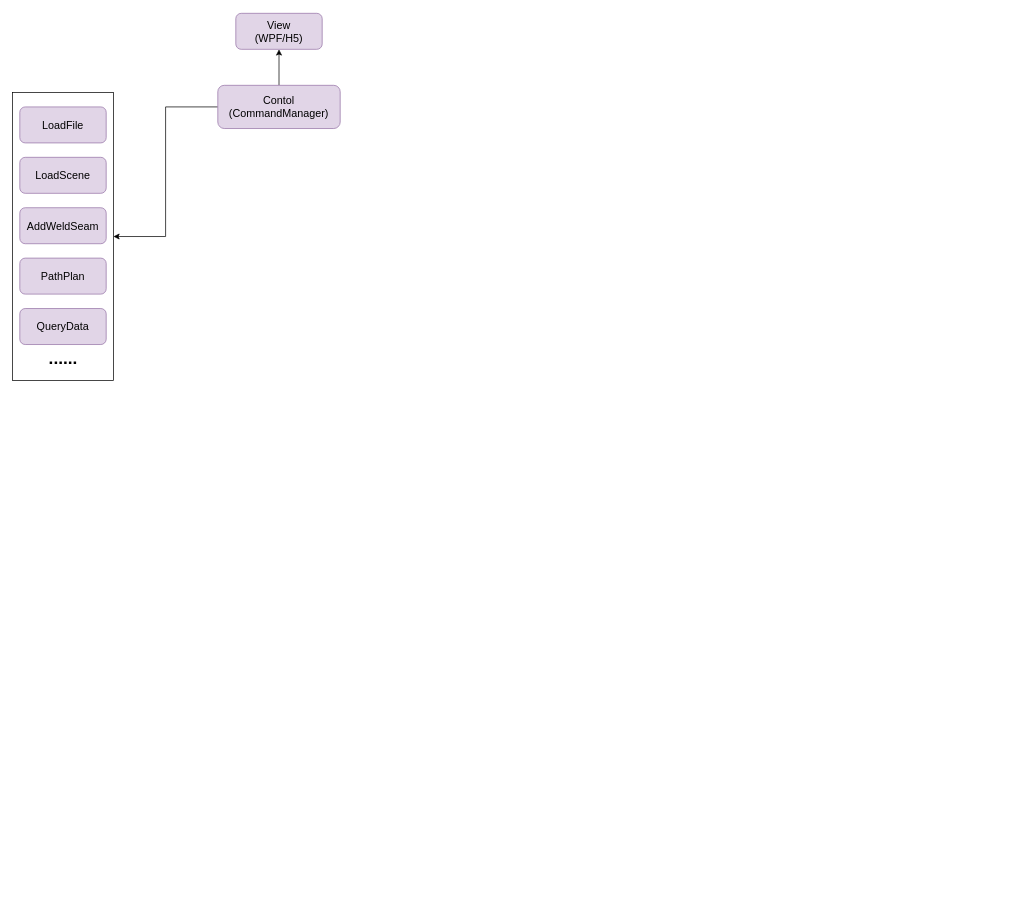
Above: 未命名绘图.drawio in TsinHC/ebook (draw.io), before the change. Source tidied: cells renumbered, new cells numbered last; positions are measured from the earlier drawing's top-left corner, leaving out a move shared by most shapes. Both pictures are drawn from the tidied source at 72%, with x=0, y=0 at pixel (12, 13).
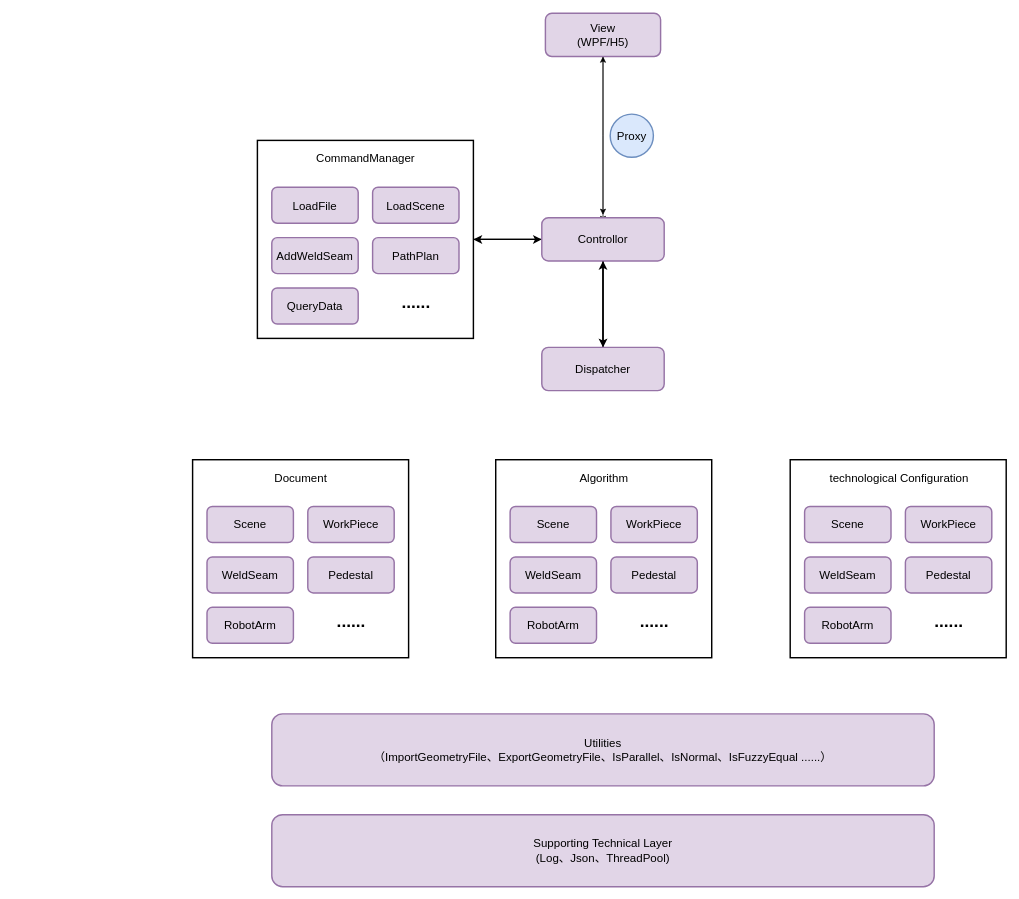
After the change.

Commit message:
更新未命名绘图.drawio

Diff of the diagram source:
```diff
@@
+    <mxCell id="13" style="edgeStyle=orthogonalEdgeStyle;rounded=0;jettySize=auto;html=1;entryX=0;entryY=0.5;entryDx=0;entryDy=0;strokeWidth=2;" parent="1" edge="1" source="11" target="5">
+      <mxGeometry relative="1" as="geometry" />
+    </mxCell>
+    <mxCell id="11" style="rounded=0;whiteSpace=wrap;html=1;fillColor=none;strokeWidth=2;" parent="1" vertex="1">
+      <mxGeometry x="340" y="176.5" width="300" height="275" as="geometry" />
+    </mxCell>
+    <mxCell id="14" style="edgeStyle=orthogonalEdgeStyle;rounded=0;jettySize=auto;html=1;" parent="1" edge="1" source="2">
+      <mxGeometry relative="1" as="geometry">
+        <mxPoint x="820" y="280" as="targetPoint" />
+      </mxGeometry>
+    </mxCell>
-    <mxCell id="2" value="&lt;font style=&quot;font-size: 15px;&quot;&gt;View&lt;br&gt;(WPF/H5)&lt;/font&gt;" style="rounded=1;whiteSpace=wrap;html=1;fillColor=#e1d5e7;strokeColor=#9673a6;" parent="1" vertex="1">
-      <mxGeometry x="310" width="120" height="50" as="geometry" />
+    <mxCell id="2" value="&lt;font style=&quot;font-size: 16px;&quot;&gt;View&lt;br&gt;(WPF/H5)&lt;/font&gt;" style="rounded=1;whiteSpace=wrap;html=1;fillColor=#e1d5e7;strokeColor=#9673a6;strokeWidth=2;" parent="1" vertex="1">
+      <mxGeometry x="740" width="160" height="60" as="geometry" />
     </mxCell>
+    <mxCell id="4" style="edgeStyle=orthogonalEdgeStyle;rounded=0;jettySize=auto;html=1;exitX=0;exitY=0.5;exitDx=0;exitDy=0;entryX=1;entryY=0.5;entryDx=0;entryDy=0;strokeWidth=2;" parent="1" edge="1" source="5" target="11">
+      <mxGeometry relative="1" as="geometry" />
+    </mxCell>
+    <mxCell id="15" style="edgeStyle=orthogonalEdgeStyle;rounded=0;jettySize=auto;html=1;entryX=0.5;entryY=0;entryDx=0;entryDy=0;strokeWidth=2;" parent="1" edge="1" source="5" target="18">
+      <mxGeometry relative="1" as="geometry" />
+    </mxCell>
+    <mxCell id="16" style="edgeStyle=orthogonalEdgeStyle;rounded=0;jettySize=auto;html=1;exitX=0.5;exitY=0;exitDx=0;exitDy=0;" parent="1" edge="1" source="5">
+      <mxGeometry relative="1" as="geometry">
+        <mxPoint x="820" y="290" as="targetPoint" />
+      </mxGeometry>
+    </mxCell>
-    <mxCell id="3" style="edgeStyle=orthogonalEdgeStyle;rounded=0;jettySize=auto;html=1;" parent="1" edge="1" source="5" target="2">
+    <mxCell id="3" style="edgeStyle=orthogonalEdgeStyle;rounded=0;jettySize=auto;html=1;entryX=0.5;entryY=1;entryDx=0;entryDy=0;" parent="1" edge="1" source="5" target="2">
       <mxGeometry relative="1" as="geometry" />
     </mxCell>
-    <mxCell id="4" style="edgeStyle=orthogonalEdgeStyle;rounded=0;jettySize=auto;html=1;exitX=0;exitY=0.5;exitDx=0;exitDy=0;entryX=1;entryY=0.5;entryDx=0;entryDy=0;" parent="1" edge="1" source="5" target="11">
-      <mxGeometry relative="1" as="geometry" />
-    </mxCell>
-    <mxCell id="5" value="&lt;font style=&quot;font-size: 15px;&quot;&gt;Contol&lt;br&gt;(CommandManager)&lt;/font&gt;" style="rounded=1;whiteSpace=wrap;html=1;fillColor=#e1d5e7;strokeColor=#9673a6;" parent="1" vertex="1">
-      <mxGeometry x="285" y="100" width="170" height="60" as="geometry" />
+    <mxCell id="5" value="&lt;font style=&quot;&quot;&gt;&lt;font style=&quot;font-size: 16px;&quot;&gt;Controllor&lt;/font&gt;&lt;br&gt;&lt;/font&gt;" style="rounded=1;whiteSpace=wrap;html=1;fillColor=#e1d5e7;strokeColor=#9673a6;strokeWidth=2;" parent="1" vertex="1">
+      <mxGeometry x="735" y="284" width="170" height="60" as="geometry" />
     </mxCell>
-    <mxCell id="6" value="&lt;span style=&quot;font-size: 15px;&quot;&gt;LoadFile&lt;/span&gt;" style="rounded=1;whiteSpace=wrap;html=1;fillColor=#e1d5e7;strokeColor=#9673a6;" parent="1" vertex="1">
-      <mxGeometry x="10" y="130" width="120" height="50" as="geometry" />
+    <mxCell id="6" value="&lt;font style=&quot;font-size: 16px;&quot;&gt;LoadFile&lt;/font&gt;" style="rounded=1;whiteSpace=wrap;html=1;fillColor=#e1d5e7;strokeColor=#9673a6;strokeWidth=2;" parent="1" vertex="1">
+      <mxGeometry x="360" y="241.5" width="120" height="50" as="geometry" />
     </mxCell>
-    <mxCell id="7" value="&lt;span style=&quot;font-size: 15px;&quot;&gt;LoadScene&lt;/span&gt;" style="rounded=1;whiteSpace=wrap;html=1;fillColor=#e1d5e7;strokeColor=#9673a6;" parent="1" vertex="1">
-      <mxGeometry x="10" y="200" width="120" height="50" as="geometry" />
+    <mxCell id="7" value="&lt;font style=&quot;font-size: 16px;&quot;&gt;LoadScene&lt;/font&gt;" style="rounded=1;whiteSpace=wrap;html=1;fillColor=#e1d5e7;strokeColor=#9673a6;strokeWidth=2;" parent="1" vertex="1">
+      <mxGeometry x="500" y="241.5" width="120" height="50" as="geometry" />
     </mxCell>
-    <mxCell id="8" value="&lt;span style=&quot;font-size: 15px;&quot;&gt;AddWeldSeam&lt;/span&gt;" style="rounded=1;whiteSpace=wrap;html=1;fillColor=#e1d5e7;strokeColor=#9673a6;" parent="1" vertex="1">
-      <mxGeometry x="10" y="270" width="120" height="50" as="geometry" />
+    <mxCell id="8" value="&lt;font style=&quot;font-size: 16px;&quot;&gt;AddWeldSeam&lt;/font&gt;" style="rounded=1;whiteSpace=wrap;html=1;fillColor=#e1d5e7;strokeColor=#9673a6;strokeWidth=2;" parent="1" vertex="1">
+      <mxGeometry x="360" y="311.5" width="120" height="50" as="geometry" />
     </mxCell>
-    <mxCell id="9" value="&lt;span style=&quot;font-size: 15px;&quot;&gt;PathPlan&lt;/span&gt;" style="rounded=1;whiteSpace=wrap;html=1;fillColor=#e1d5e7;strokeColor=#9673a6;" parent="1" vertex="1">
-      <mxGeometry x="10" y="340" width="120" height="50" as="geometry" />
+    <mxCell id="9" value="&lt;font style=&quot;font-size: 16px;&quot;&gt;PathPlan&lt;/font&gt;" style="rounded=1;whiteSpace=wrap;html=1;fillColor=#e1d5e7;strokeColor=#9673a6;strokeWidth=2;" parent="1" vertex="1">
+      <mxGeometry x="500" y="311.5" width="120" height="50" as="geometry" />
     </mxCell>
-    <mxCell id="10" value="&lt;span style=&quot;font-size: 15px;&quot;&gt;QueryData&lt;/span&gt;" style="rounded=1;whiteSpace=wrap;html=1;fillColor=#e1d5e7;strokeColor=#9673a6;" parent="1" vertex="1">
-      <mxGeometry x="10" y="410" width="120" height="50" as="geometry" />
+    <mxCell id="10" value="&lt;font style=&quot;font-size: 16px;&quot;&gt;QueryData&lt;/font&gt;" style="rounded=1;whiteSpace=wrap;html=1;fillColor=#e1d5e7;strokeColor=#9673a6;strokeWidth=2;" parent="1" vertex="1">
+      <mxGeometry x="360" y="381.5" width="120" height="50" as="geometry" />
     </mxCell>
-    <mxCell id="11" style="rounded=0;whiteSpace=wrap;html=1;fillColor=none;" parent="1" vertex="1">
-      <mxGeometry y="110" width="140" height="400" as="geometry" />
-    </mxCell>
-    <mxCell id="12" value="......" style="text;strokeColor=none;fillColor=none;html=1;fontSize=24;fontStyle=1;verticalAlign=middle;align=center;" parent="1" vertex="1">
-      <mxGeometry x="20" y="460" width="100" height="40" as="geometry" />
+    <mxCell id="12" value="......" style="text;strokeColor=none;fillColor=none;html=1;fontSize=24;fontStyle=1;verticalAlign=middle;align=center;strokeWidth=2;" parent="1" vertex="1">
+      <mxGeometry x="510" y="381.5" width="100" height="40" as="geometry" />
     </mxCell>
+    <mxCell id="17" style="edgeStyle=orthogonalEdgeStyle;rounded=0;jettySize=auto;html=1;exitX=0.5;exitY=0;exitDx=0;exitDy=0;entryX=0.5;entryY=1;entryDx=0;entryDy=0;strokeWidth=2;" parent="1" edge="1" source="18" target="5">
+      <mxGeometry relative="1" as="geometry" />
+    </mxCell>
+    <mxCell id="18" value="&lt;font style=&quot;font-size: 16px;&quot;&gt;Dispatcher&lt;/font&gt;" style="rounded=1;whiteSpace=wrap;html=1;fillColor=#e1d5e7;strokeColor=#9673a6;strokeWidth=2;" parent="1" vertex="1">
+      <mxGeometry x="735" y="464" width="170" height="60" as="geometry" />
+    </mxCell>
+    <mxCell id="19" value="&lt;span style=&quot;font-weight: normal;&quot;&gt;&lt;font style=&quot;font-size: 16px;&quot;&gt;CommandManager&lt;/font&gt;&lt;/span&gt;" style="text;strokeColor=none;fillColor=none;html=1;fontSize=24;fontStyle=1;verticalAlign=middle;align=center;strokeWidth=2;" parent="1" vertex="1">
+      <mxGeometry x="340" y="176.5" width="300" height="45" as="geometry" />
+    </mxCell>
+    <mxCell id="20" value="&lt;font style=&quot;font-size: 16px;&quot;&gt;Proxy&lt;/font&gt;" style="ellipse;whiteSpace=wrap;html=1;fillColor=#dae8fc;strokeColor=#6c8ebf;strokeWidth=2;" parent="1" vertex="1">
+      <mxGeometry x="830" y="140" width="60" height="60" as="geometry" />
+    </mxCell>
+    <mxCell id="21" style="rounded=0;whiteSpace=wrap;html=1;fillColor=none;strokeWidth=2;" parent="1" vertex="1">
+      <mxGeometry x="250" y="620" width="300" height="275" as="geometry" />
+    </mxCell>
+    <mxCell id="22" value="&lt;font style=&quot;font-size: 16px;&quot;&gt;Scene&lt;/font&gt;" style="rounded=1;whiteSpace=wrap;html=1;fillColor=#e1d5e7;strokeColor=#9673a6;strokeWidth=2;" parent="1" vertex="1">
+      <mxGeometry x="270" y="685" width="120" height="50" as="geometry" />
+    </mxCell>
+    <mxCell id="23" value="&lt;font style=&quot;font-size: 16px;&quot;&gt;WorkPiece&lt;/font&gt;" style="rounded=1;whiteSpace=wrap;html=1;fillColor=#e1d5e7;strokeColor=#9673a6;strokeWidth=2;" parent="1" vertex="1">
+      <mxGeometry x="410" y="685" width="120" height="50" as="geometry" />
+    </mxCell>
+    <mxCell id="24" value="&lt;font style=&quot;font-size: 16px;&quot;&gt;WeldSeam&lt;/font&gt;" style="rounded=1;whiteSpace=wrap;html=1;fillColor=#e1d5e7;strokeColor=#9673a6;strokeWidth=2;" parent="1" vertex="1">
+      <mxGeometry x="270" y="755" width="120" height="50" as="geometry" />
+    </mxCell>
+    <mxCell id="25" value="&lt;font style=&quot;font-size: 16px;&quot;&gt;Pedestal&lt;/font&gt;" style="rounded=1;whiteSpace=wrap;html=1;fillColor=#e1d5e7;strokeColor=#9673a6;strokeWidth=2;" parent="1" vertex="1">
+      <mxGeometry x="410" y="755" width="120" height="50" as="geometry" />
+    </mxCell>
+    <mxCell id="26" value="&lt;font style=&quot;font-size: 16px;&quot;&gt;RobotArm&lt;/font&gt;" style="rounded=1;whiteSpace=wrap;html=1;fillColor=#e1d5e7;strokeColor=#9673a6;strokeWidth=2;" parent="1" vertex="1">
+      <mxGeometry x="270" y="825" width="120" height="50" as="geometry" />
+    </mxCell>
+    <mxCell id="27" value="......" style="text;strokeColor=none;fillColor=none;html=1;fontSize=24;fontStyle=1;verticalAlign=middle;align=center;strokeWidth=2;" parent="1" vertex="1">
+      <mxGeometry x="420" y="825" width="100" height="40" as="geometry" />
+    </mxCell>
+    <mxCell id="28" value="&lt;span style=&quot;font-weight: normal;&quot;&gt;&lt;font style=&quot;font-size: 16px;&quot;&gt;Document&lt;/font&gt;&lt;/span&gt;" style="text;strokeColor=none;fillColor=none;html=1;fontSize=24;fontStyle=1;verticalAlign=middle;align=center;strokeWidth=2;" parent="1" vertex="1">
+      <mxGeometry x="250" y="620" width="300" height="45" as="geometry" />
+    </mxCell>
+    <mxCell id="29" style="rounded=0;whiteSpace=wrap;html=1;fillColor=none;strokeWidth=2;" parent="1" vertex="1">
+      <mxGeometry x="671" y="620" width="300" height="275" as="geometry" />
+    </mxCell>
+    <mxCell id="30" value="&lt;font style=&quot;font-size: 16px;&quot;&gt;Scene&lt;/font&gt;" style="rounded=1;whiteSpace=wrap;html=1;fillColor=#e1d5e7;strokeColor=#9673a6;strokeWidth=2;" parent="1" vertex="1">
+      <mxGeometry x="691" y="685" width="120" height="50" as="geometry" />
+    </mxCell>
+    <mxCell id="31" value="&lt;font style=&quot;font-size: 16px;&quot;&gt;WorkPiece&lt;/font&gt;" style="rounded=1;whiteSpace=wrap;html=1;fillColor=#e1d5e7;strokeColor=#9673a6;strokeWidth=2;" parent="1" vertex="1">
+      <mxGeometry x="831" y="685" width="120" height="50" as="geometry" />
+    </mxCell>
+    <mxCell id="32" value="&lt;font style=&quot;font-size: 16px;&quot;&gt;WeldSeam&lt;/font&gt;" style="rounded=1;whiteSpace=wrap;html=1;fillColor=#e1d5e7;strokeColor=#9673a6;strokeWidth=2;" parent="1" vertex="1">
+      <mxGeometry x="691" y="755" width="120" height="50" as="geometry" />
+    </mxCell>
+    <mxCell id="33" value="&lt;font style=&quot;font-size: 16px;&quot;&gt;Pedestal&lt;/font&gt;" style="rounded=1;whiteSpace=wrap;html=1;fillColor=#e1d5e7;strokeColor=#9673a6;strokeWidth=2;" parent="1" vertex="1">
+      <mxGeometry x="831" y="755" width="120" height="50" as="geometry" />
+    </mxCell>
+    <mxCell id="34" value="&lt;font style=&quot;font-size: 16px;&quot;&gt;RobotArm&lt;/font&gt;" style="rounded=1;whiteSpace=wrap;html=1;fillColor=#e1d5e7;strokeColor=#9673a6;strokeWidth=2;" parent="1" vertex="1">
+      <mxGeometry x="691" y="825" width="120" height="50" as="geometry" />
+    </mxCell>
+    <mxCell id="35" value="......" style="text;strokeColor=none;fillColor=none;html=1;fontSize=24;fontStyle=1;verticalAlign=middle;align=center;strokeWidth=2;" parent="1" vertex="1">
+      <mxGeometry x="841" y="825" width="100" height="40" as="geometry" />
+    </mxCell>
+    <mxCell id="36" value="&lt;span style=&quot;font-weight: normal;&quot;&gt;&lt;font style=&quot;font-size: 16px;&quot;&gt;Algorithm&lt;/font&gt;&lt;/span&gt;" style="text;strokeColor=none;fillColor=none;html=1;fontSize=24;fontStyle=1;verticalAlign=middle;align=center;strokeWidth=2;" parent="1" vertex="1">
+      <mxGeometry x="671" y="620" width="300" height="45" as="geometry" />
+    </mxCell>
+    <mxCell id="37" value="&lt;font style=&quot;font-size: 16px;&quot;&gt;Utilities&lt;br&gt;（ImportGeometryFile、ExportGeometryFile、IsParallel、IsNormal、IsFuzzyEqual ......）&lt;/font&gt;" style="rounded=1;whiteSpace=wrap;html=1;fillColor=#e1d5e7;strokeColor=#9673a6;strokeWidth=2;" parent="1" vertex="1">
+      <mxGeometry x="360" y="973" width="920" height="100" as="geometry" />
+    </mxCell>
+    <mxCell id="38" value="&lt;font style=&quot;font-size: 16px;&quot;&gt;Supporting Technical Layer&lt;br&gt;(Log、Json、ThreadPool)&lt;br&gt;&lt;/font&gt;" style="rounded=1;whiteSpace=wrap;html=1;fillColor=#e1d5e7;strokeColor=#9673a6;strokeWidth=2;" parent="1" vertex="1">
+      <mxGeometry x="360" y="1113" width="920" height="100" as="geometry" />
+    </mxCell>
+    <mxCell id="39" style="rounded=0;whiteSpace=wrap;html=1;fillColor=none;strokeWidth=2;" parent="1" vertex="1">
+      <mxGeometry x="1080" y="620" width="300" height="275" as="geometry" />
+    </mxCell>
+    <mxCell id="40" value="&lt;font style=&quot;font-size: 16px;&quot;&gt;Scene&lt;/font&gt;" style="rounded=1;whiteSpace=wrap;html=1;fillColor=#e1d5e7;strokeColor=#9673a6;strokeWidth=2;" parent="1" vertex="1">
+      <mxGeometry x="1100" y="685" width="120" height="50" as="geometry" />
+    </mxCell>
+    <mxCell id="41" value="&lt;font style=&quot;font-size: 16px;&quot;&gt;WorkPiece&lt;/font&gt;" style="rounded=1;whiteSpace=wrap;html=1;fillColor=#e1d5e7;strokeColor=#9673a6;strokeWidth=2;" parent="1" vertex="1">
+      <mxGeometry x="1240" y="685" width="120" height="50" as="geometry" />
+    </mxCell>
+    <mxCell id="42" value="&lt;font style=&quot;font-size: 16px;&quot;&gt;WeldSeam&lt;/font&gt;" style="rounded=1;whiteSpace=wrap;html=1;fillColor=#e1d5e7;strokeColor=#9673a6;strokeWidth=2;" parent="1" vertex="1">
+      <mxGeometry x="1100" y="755" width="120" height="50" as="geometry" />
+    </mxCell>
+    <mxCell id="43" value="&lt;font style=&quot;font-size: 16px;&quot;&gt;Pedestal&lt;/font&gt;" style="rounded=1;whiteSpace=wrap;html=1;fillColor=#e1d5e7;strokeColor=#9673a6;strokeWidth=2;" parent="1" vertex="1">
+      <mxGeometry x="1240" y="755" width="120" height="50" as="geometry" />
+    </mxCell>
+    <mxCell id="44" value="&lt;font style=&quot;font-size: 16px;&quot;&gt;RobotArm&lt;/font&gt;" style="rounded=1;whiteSpace=wrap;html=1;fillColor=#e1d5e7;strokeColor=#9673a6;strokeWidth=2;" parent="1" vertex="1">
+      <mxGeometry x="1100" y="825" width="120" height="50" as="geometry" />
+    </mxCell>
+    <mxCell id="45" value="......" style="text;strokeColor=none;fillColor=none;html=1;fontSize=24;fontStyle=1;verticalAlign=middle;align=center;strokeWidth=2;" parent="1" vertex="1">
+      <mxGeometry x="1250" y="825" width="100" height="40" as="geometry" />
+    </mxCell>
+    <mxCell id="46" value="&lt;a style=&quot;margin: 0px 0px 0px 2px; padding: 0px; cursor: pointer; outline: none; font-family: Gilroy; font-size: 16px; text-align: left; background-color: rgb(255, 255, 255); font-weight: normal;&quot; class=&quot;point&quot; data-v-d80c723c=&quot;&quot; data-v-61ce6cc7=&quot;&quot;&gt;technological Configuration&lt;/a&gt;" style="text;strokeColor=none;fillColor=none;html=1;fontSize=24;fontStyle=1;verticalAlign=middle;align=center;strokeWidth=2;" parent="1" vertex="1">
+      <mxGeometry x="1080" y="620" width="300" height="45" as="geometry" />
+    </mxCell>
```
